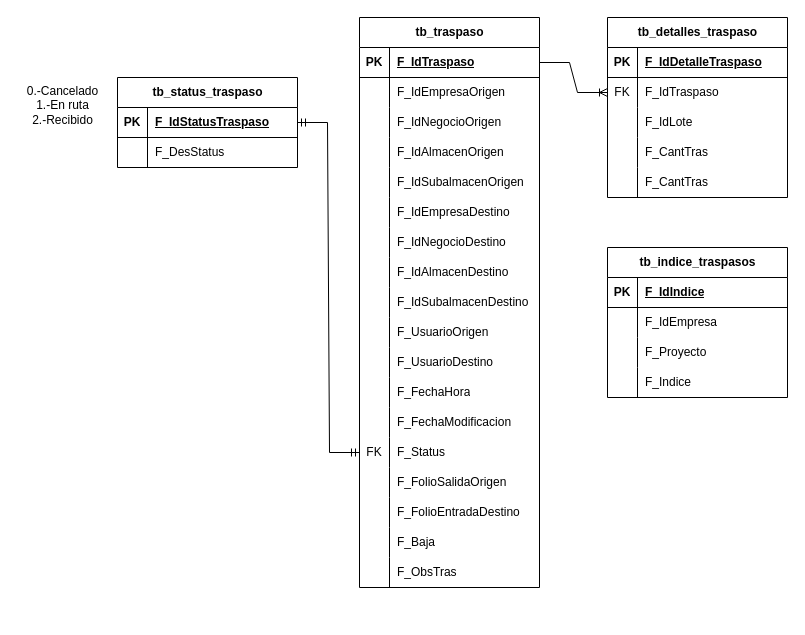
This is TablaTraspasos.drawio from ErnestoDanielTafoyaMolinaCYM/clases-cat-cym, a draw.io file, before an edit. Source tidied: cells renumbered, new cells numbered last; positions are measured from the earlier drawing's top-left corner, leaving out a move shared by most shapes. Both pictures are drawn from the tidied source at 100%, with x=0, y=0 at pixel (17, 17).
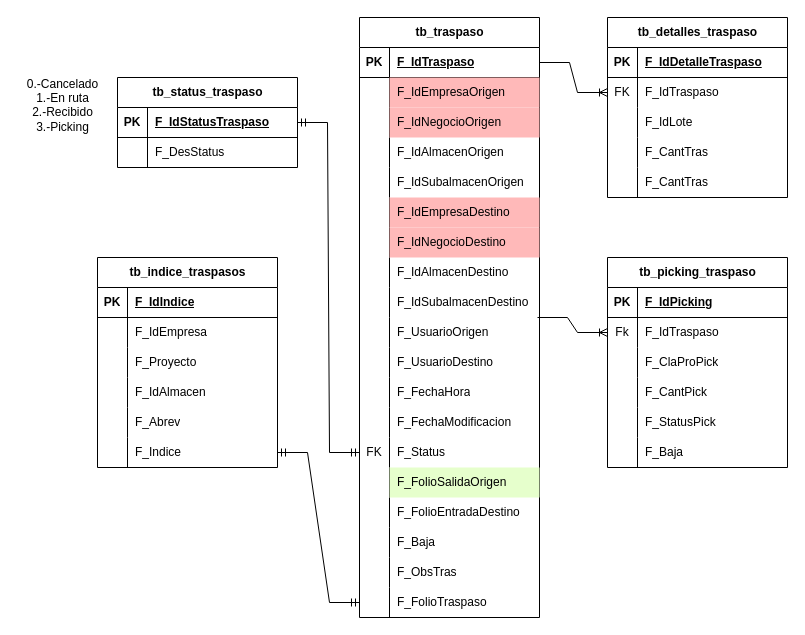
Above is the later version.

Unchanged cells that the change refers to:
```xml
<mxCell id="6" style="shape=tableRow;horizontal=0;startSize=0;swimlaneHead=0;swimlaneBody=0;fillColor=none;top=0;left=0;right=0;bottom=0;" parent="2" vertex="1">
  <mxGeometry y="60" width="180" height="30" as="geometry" />
</mxCell>
<mxCell id="9" style="shape=tableRow;horizontal=0;startSize=0;swimlaneHead=0;swimlaneBody=0;fillColor=none;top=0;left=0;right=0;bottom=0;" parent="2" vertex="1">
  <mxGeometry y="90" width="180" height="30" as="geometry" />
</mxCell>
<mxCell id="18" style="shape=tableRow;horizontal=0;startSize=0;swimlaneHead=0;swimlaneBody=0;fillColor=none;top=0;left=0;right=0;bottom=0;" parent="2" vertex="1">
  <mxGeometry y="180" width="180" height="30" as="geometry" />
</mxCell>
<mxCell id="21" style="shape=tableRow;horizontal=0;startSize=0;swimlaneHead=0;swimlaneBody=0;fillColor=none;top=0;left=0;right=0;bottom=0;" parent="2" vertex="1">
  <mxGeometry y="210" width="180" height="30" as="geometry" />
</mxCell>
<mxCell id="45" style="shape=tableRow;horizontal=0;startSize=0;swimlaneHead=0;swimlaneBody=0;fillColor=none;top=0;left=0;right=0;bottom=0;" parent="2" vertex="1">
  <mxGeometry y="450" width="180" height="30" as="geometry" />
</mxCell>
<mxCell id="93" style="shape=tableRow;horizontal=0;startSize=0;swimlaneHead=0;swimlaneBody=0;fillColor=none;top=0;left=0;right=0;bottom=0;" parent="83" vertex="1">
  <mxGeometry y="120" width="180" height="30" as="geometry" />
</mxCell>
```

The edit, as a diff of the source:
```diff
@@
     <mxCell id="2" value="tb_traspaso" style="shape=table;startSize=30;childLayout=tableLayout;rowLines=0;fontStyle=1;align=center;html=1;" parent="1" vertex="1">
-      <mxGeometry x="342" width="180" height="570" as="geometry" />
+      <mxGeometry x="342" width="180" height="600" as="geometry" />
     </mxCell>
@@
-    <mxCell id="8" value="F_IdEmpresaOrigen" style="shape=partialRectangle;fillColor=none;top=0;left=0;bottom=0;right=0;align=left;spacingLeft=6;overflow=hidden;whiteSpace=wrap;html=1;" parent="6" vertex="1">
+    <mxCell id="8" value="F_IdEmpresaOrigen" style="shape=partialRectangle;fillColor=#FFB9B9;top=0;left=0;bottom=0;right=0;align=left;spacingLeft=6;overflow=hidden;whiteSpace=wrap;html=1;" parent="6" vertex="1">
       <mxGeometry x="30" width="150" height="30" as="geometry" />
     </mxCell>
@@
-    <mxCell id="11" value="F_IdNegocioOrigen" style="shape=partialRectangle;fillColor=none;top=0;left=0;bottom=0;right=0;align=left;spacingLeft=6;overflow=hidden;whiteSpace=wrap;html=1;" parent="9" vertex="1">
+    <mxCell id="11" value="F_IdNegocioOrigen" style="shape=partialRectangle;fillColor=#FFB9B9;top=0;left=0;bottom=0;right=0;align=left;spacingLeft=6;overflow=hidden;whiteSpace=wrap;html=1;" parent="9" vertex="1">
       <mxGeometry x="30" width="150" height="30" as="geometry" />
     </mxCell>
@@
-    <mxCell id="20" value="F_IdEmpresaDestino" style="shape=partialRectangle;fillColor=none;top=0;left=0;bottom=0;right=0;align=left;spacingLeft=6;overflow=hidden;whiteSpace=wrap;html=1;" parent="18" vertex="1">
+    <mxCell id="20" value="F_IdEmpresaDestino" style="shape=partialRectangle;fillColor=#FFB9B9;top=0;left=0;bottom=0;right=0;align=left;spacingLeft=6;overflow=hidden;whiteSpace=wrap;html=1;" parent="18" vertex="1">
       <mxGeometry x="30" width="150" height="30" as="geometry" />
     </mxCell>
@@
-    <mxCell id="23" value="F_IdNegocioDestino" style="shape=partialRectangle;fillColor=none;top=0;left=0;bottom=0;right=0;align=left;spacingLeft=6;overflow=hidden;whiteSpace=wrap;html=1;" parent="21" vertex="1">
+    <mxCell id="23" value="F_IdNegocioDestino" style="shape=partialRectangle;fillColor=#FFB9B9;top=0;left=0;bottom=0;right=0;align=left;spacingLeft=6;overflow=hidden;whiteSpace=wrap;html=1;" parent="21" vertex="1">
       <mxGeometry x="30" width="150" height="30" as="geometry" />
     </mxCell>
@@
-    <mxCell id="47" value="F_FolioSalidaOrigen" style="shape=partialRectangle;fillColor=none;top=0;left=0;bottom=0;right=0;align=left;spacingLeft=6;overflow=hidden;whiteSpace=wrap;html=1;" parent="45" vertex="1">
+    <mxCell id="47" value="F_FolioSalidaOrigen" style="shape=partialRectangle;fillColor=#E6FFCC;top=0;left=0;bottom=0;right=0;align=left;spacingLeft=6;overflow=hidden;whiteSpace=wrap;html=1;" parent="45" vertex="1">
       <mxGeometry x="30" width="150" height="30" as="geometry" />
     </mxCell>
@@
+    <mxCell id="96" style="shape=tableRow;horizontal=0;startSize=0;swimlaneHead=0;swimlaneBody=0;fillColor=none;points=[[0,0.5],[1,0.5]];portConstraint=eastwest;top=0;left=0;right=0;bottom=0;" parent="2" vertex="1">
+      <mxGeometry y="570" width="180" height="30" as="geometry" />
+    </mxCell>
+    <mxCell id="97" style="shape=partialRectangle;fillColor=none;top=0;left=0;bottom=0;right=0;overflow=hidden;whiteSpace=wrap;html=1;" parent="96" vertex="1">
+      <mxGeometry width="30" height="30" as="geometry" />
+    </mxCell>
+    <mxCell id="98" value="F_FolioTraspaso" style="shape=partialRectangle;fillColor=none;top=0;left=0;bottom=0;right=0;align=left;spacingLeft=6;overflow=hidden;whiteSpace=wrap;html=1;" parent="96" vertex="1">
+      <mxGeometry x="30" width="150" height="30" as="geometry" />
+    </mxCell>
@@
-    <mxCell id="82" value="0.-Cancelado&lt;div&gt;1.-En ruta&lt;/div&gt;&lt;div&gt;2.-Recibido&lt;/div&gt;&lt;div&gt;&lt;br&gt;&lt;/div&gt;" style="text;html=1;align=center;verticalAlign=middle;strokeColor=none;fillColor=none;" parent="1" vertex="1">
-      <mxGeometry y="60" width="90" height="70" as="geometry" />
+    <mxCell id="82" value="0.-Cancelado&lt;div&gt;1.-En ruta&lt;/div&gt;&lt;div&gt;2.-Recibido&lt;/div&gt;&lt;div&gt;3.-Picking&lt;/div&gt;&lt;div&gt;&lt;br&gt;&lt;/div&gt;" style="text;html=1;align=center;verticalAlign=middle;strokeColor=none;fillColor=none;" parent="1" vertex="1">
+      <mxGeometry y="50" width="90" height="90" as="geometry" />
     </mxCell>
     <mxCell id="83" value="tb_indice_traspasos" style="shape=table;startSize=30;childLayout=tableLayout;rowLines=0;fontStyle=1;align=center;html=1;" parent="1" vertex="1">
-      <mxGeometry x="590" y="230" width="180" height="150" as="geometry" />
+      <mxGeometry x="80" y="240" width="180" height="210" as="geometry" />
     </mxCell>
@@
-    <mxCell id="95" value="F_Indice" style="shape=partialRectangle;fillColor=none;top=0;left=0;bottom=0;right=0;align=left;spacingLeft=6;overflow=hidden;whiteSpace=wrap;html=1;" parent="93" vertex="1">
+    <mxCell id="95" value="F_IdAlmacen" style="shape=partialRectangle;fillColor=none;top=0;left=0;bottom=0;right=0;align=left;spacingLeft=6;overflow=hidden;whiteSpace=wrap;html=1;" parent="93" vertex="1">
       <mxGeometry x="30" width="150" height="30" as="geometry" />
     </mxCell>
+    <mxCell id="99" style="shape=tableRow;horizontal=0;startSize=0;swimlaneHead=0;swimlaneBody=0;fillColor=none;top=0;left=0;right=0;bottom=0;" parent="83" vertex="1">
+      <mxGeometry y="150" width="180" height="30" as="geometry" />
+    </mxCell>
+    <mxCell id="100" style="shape=partialRectangle;fillColor=none;top=0;left=0;bottom=0;right=0;overflow=hidden;whiteSpace=wrap;html=1;" parent="99" vertex="1">
+      <mxGeometry width="30" height="30" as="geometry" />
+    </mxCell>
+    <mxCell id="101" value="F_Abrev" style="shape=partialRectangle;fillColor=none;top=0;left=0;bottom=0;right=0;align=left;spacingLeft=6;overflow=hidden;whiteSpace=wrap;html=1;" parent="99" vertex="1">
+      <mxGeometry x="30" width="150" height="30" as="geometry" />
+    </mxCell>
+    <mxCell id="102" style="shape=tableRow;horizontal=0;startSize=0;swimlaneHead=0;swimlaneBody=0;fillColor=none;points=[[0,0.5],[1,0.5]];portConstraint=eastwest;top=0;left=0;right=0;bottom=0;" parent="83" vertex="1">
+      <mxGeometry y="180" width="180" height="30" as="geometry" />
+    </mxCell>
+    <mxCell id="103" style="shape=partialRectangle;fillColor=none;top=0;left=0;bottom=0;right=0;overflow=hidden;whiteSpace=wrap;html=1;" parent="102" vertex="1">
+      <mxGeometry width="30" height="30" as="geometry" />
+    </mxCell>
+    <mxCell id="104" value="F_Indice" style="shape=partialRectangle;fillColor=none;top=0;left=0;bottom=0;right=0;align=left;spacingLeft=6;overflow=hidden;whiteSpace=wrap;html=1;" parent="102" vertex="1">
+      <mxGeometry x="30" width="150" height="30" as="geometry" />
+    </mxCell>
+    <mxCell id="105" value="tb_picking_traspaso" style="shape=table;startSize=30;childLayout=tableLayout;rowLines=0;fontStyle=1;align=center;html=1;" parent="1" vertex="1">
+      <mxGeometry x="590" y="240" width="180" height="210" as="geometry" />
+    </mxCell>
+    <mxCell id="106" style="shape=tableRow;horizontal=0;startSize=0;swimlaneHead=0;swimlaneBody=0;fillColor=none;top=0;left=0;right=0;bottom=1;" parent="105" vertex="1">
+      <mxGeometry y="30" width="180" height="30" as="geometry" />
+    </mxCell>
+    <mxCell id="107" value="PK" style="shape=partialRectangle;fillColor=none;top=0;left=0;bottom=0;right=0;fontStyle=1;overflow=hidden;whiteSpace=wrap;html=1;" parent="106" vertex="1">
+      <mxGeometry width="30" height="30" as="geometry" />
+    </mxCell>
+    <mxCell id="108" value="F_IdPicking" style="shape=partialRectangle;fillColor=none;top=0;left=0;bottom=0;right=0;align=left;spacingLeft=6;fontStyle=5;overflow=hidden;whiteSpace=wrap;html=1;" parent="106" vertex="1">
+      <mxGeometry x="30" width="150" height="30" as="geometry" />
+    </mxCell>
+    <mxCell id="109" style="shape=tableRow;horizontal=0;startSize=0;swimlaneHead=0;swimlaneBody=0;fillColor=none;points=[[0,0.5],[1,0.5]];portConstraint=eastwest;top=0;left=0;right=0;bottom=0;" parent="105" vertex="1">
+      <mxGeometry y="60" width="180" height="30" as="geometry" />
+    </mxCell>
+    <mxCell id="110" value="Fk" style="shape=partialRectangle;fillColor=none;top=0;left=0;bottom=0;right=0;overflow=hidden;whiteSpace=wrap;html=1;" parent="109" vertex="1">
+      <mxGeometry width="30" height="30" as="geometry" />
+    </mxCell>
+    <mxCell id="111" value="F_IdTraspaso" style="shape=partialRectangle;fillColor=none;top=0;left=0;bottom=0;right=0;align=left;spacingLeft=6;overflow=hidden;whiteSpace=wrap;html=1;" parent="109" vertex="1">
+      <mxGeometry x="30" width="150" height="30" as="geometry" />
+    </mxCell>
+    <mxCell id="112" style="shape=tableRow;horizontal=0;startSize=0;swimlaneHead=0;swimlaneBody=0;fillColor=none;top=0;left=0;right=0;bottom=0;" parent="105" vertex="1">
+      <mxGeometry y="90" width="180" height="30" as="geometry" />
+    </mxCell>
+    <mxCell id="113" style="shape=partialRectangle;fillColor=none;top=0;left=0;bottom=0;right=0;overflow=hidden;whiteSpace=wrap;html=1;" parent="112" vertex="1">
+      <mxGeometry width="30" height="30" as="geometry" />
+    </mxCell>
+    <mxCell id="114" value="F_ClaProPick" style="shape=partialRectangle;fillColor=none;top=0;left=0;bottom=0;right=0;align=left;spacingLeft=6;overflow=hidden;whiteSpace=wrap;html=1;" parent="112" vertex="1">
+      <mxGeometry x="30" width="150" height="30" as="geometry" />
+    </mxCell>
+    <mxCell id="115" style="shape=tableRow;horizontal=0;startSize=0;swimlaneHead=0;swimlaneBody=0;fillColor=none;top=0;left=0;right=0;bottom=0;" parent="105" vertex="1">
+      <mxGeometry y="120" width="180" height="30" as="geometry" />
+    </mxCell>
+    <mxCell id="116" style="shape=partialRectangle;fillColor=none;top=0;left=0;bottom=0;right=0;overflow=hidden;whiteSpace=wrap;html=1;" parent="115" vertex="1">
+      <mxGeometry width="30" height="30" as="geometry" />
+    </mxCell>
+    <mxCell id="117" value="F_CantPick" style="shape=partialRectangle;fillColor=none;top=0;left=0;bottom=0;right=0;align=left;spacingLeft=6;overflow=hidden;whiteSpace=wrap;html=1;" parent="115" vertex="1">
+      <mxGeometry x="30" width="150" height="30" as="geometry" />
+    </mxCell>
+    <mxCell id="118" style="shape=tableRow;horizontal=0;startSize=0;swimlaneHead=0;swimlaneBody=0;fillColor=none;top=0;left=0;right=0;bottom=0;" parent="105" vertex="1">
+      <mxGeometry y="150" width="180" height="30" as="geometry" />
+    </mxCell>
+    <mxCell id="119" style="shape=partialRectangle;fillColor=none;top=0;left=0;bottom=0;right=0;overflow=hidden;whiteSpace=wrap;html=1;" parent="118" vertex="1">
+      <mxGeometry width="30" height="30" as="geometry" />
+    </mxCell>
+    <mxCell id="120" value="F_StatusPick" style="shape=partialRectangle;fillColor=none;top=0;left=0;bottom=0;right=0;align=left;spacingLeft=6;overflow=hidden;whiteSpace=wrap;html=1;" parent="118" vertex="1">
+      <mxGeometry x="30" width="150" height="30" as="geometry" />
+    </mxCell>
+    <mxCell id="121" style="shape=tableRow;horizontal=0;startSize=0;swimlaneHead=0;swimlaneBody=0;fillColor=none;top=0;left=0;right=0;bottom=0;" parent="105" vertex="1">
+      <mxGeometry y="180" width="180" height="30" as="geometry" />
+    </mxCell>
+    <mxCell id="122" style="shape=partialRectangle;fillColor=none;top=0;left=0;bottom=0;right=0;overflow=hidden;whiteSpace=wrap;html=1;" parent="121" vertex="1">
+      <mxGeometry width="30" height="30" as="geometry" />
+    </mxCell>
+    <mxCell id="123" value="F_Baja" style="shape=partialRectangle;fillColor=none;top=0;left=0;bottom=0;right=0;align=left;spacingLeft=6;overflow=hidden;whiteSpace=wrap;html=1;" parent="121" vertex="1">
+      <mxGeometry x="30" width="150" height="30" as="geometry" />
+    </mxCell>
+    <mxCell id="124" style="edgeStyle=entityRelationEdgeStyle;fontSize=12;html=1;endArrow=ERmandOne;startArrow=ERmandOne;rounded=0;entryX=0;entryY=0.5;entryDx=0;entryDy=0;exitX=1;exitY=0.5;exitDx=0;exitDy=0;" parent="1" edge="1" source="102" target="96">
+      <mxGeometry relative="1" as="geometry" />
+    </mxCell>
+    <mxCell id="125" style="edgeStyle=entityRelationEdgeStyle;fontSize=12;html=1;endArrow=ERoneToMany;rounded=0;entryX=0;entryY=0.5;entryDx=0;entryDy=0;" parent="1" edge="1" target="109">
+      <mxGeometry relative="1" as="geometry">
+        <mxPoint x="520" y="300" as="sourcePoint" />
+      </mxGeometry>
+    </mxCell>
```
